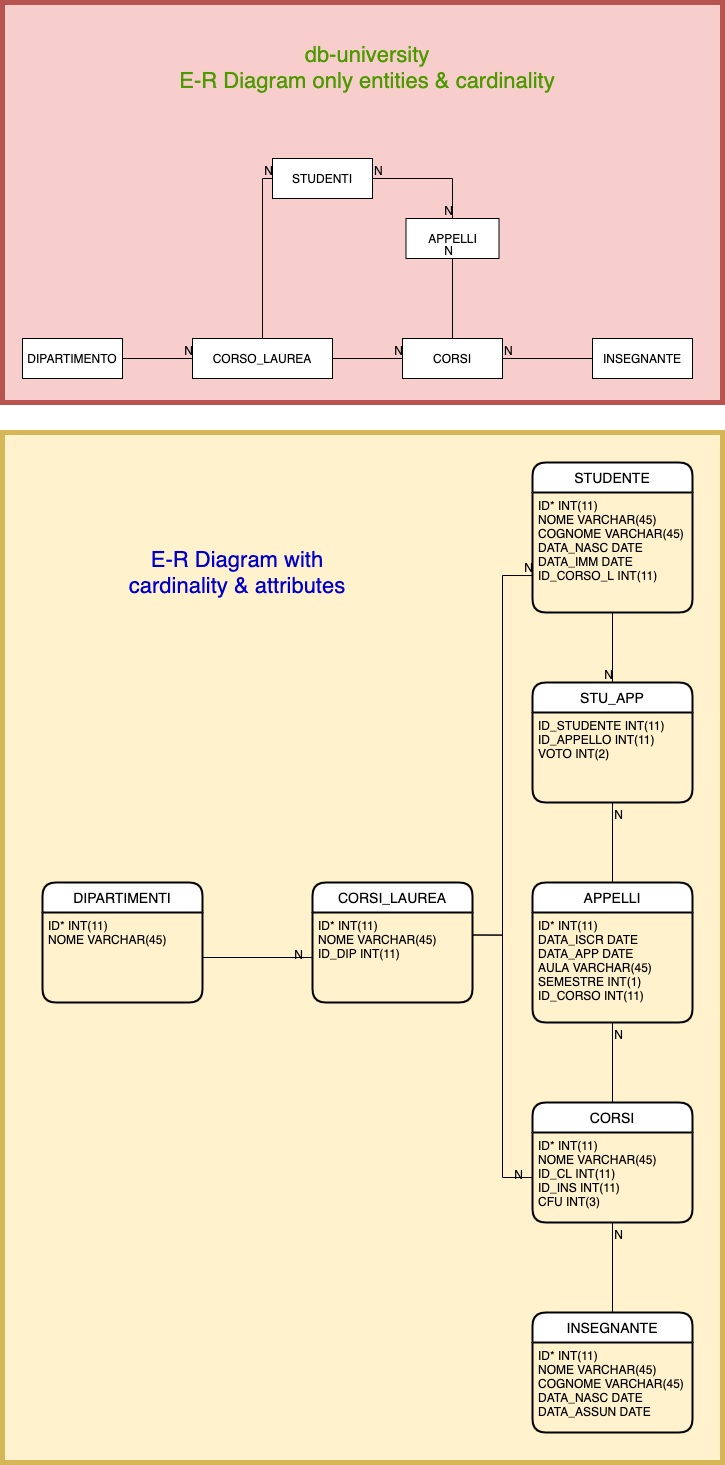
This is db-university.png from templarec/db-university, a draw.io export, as it was before one commit. Source tidied: cells renumbered, new cells last; positions are measured from the earlier drawing's top-left corner, leaving out a move shared by most shapes.
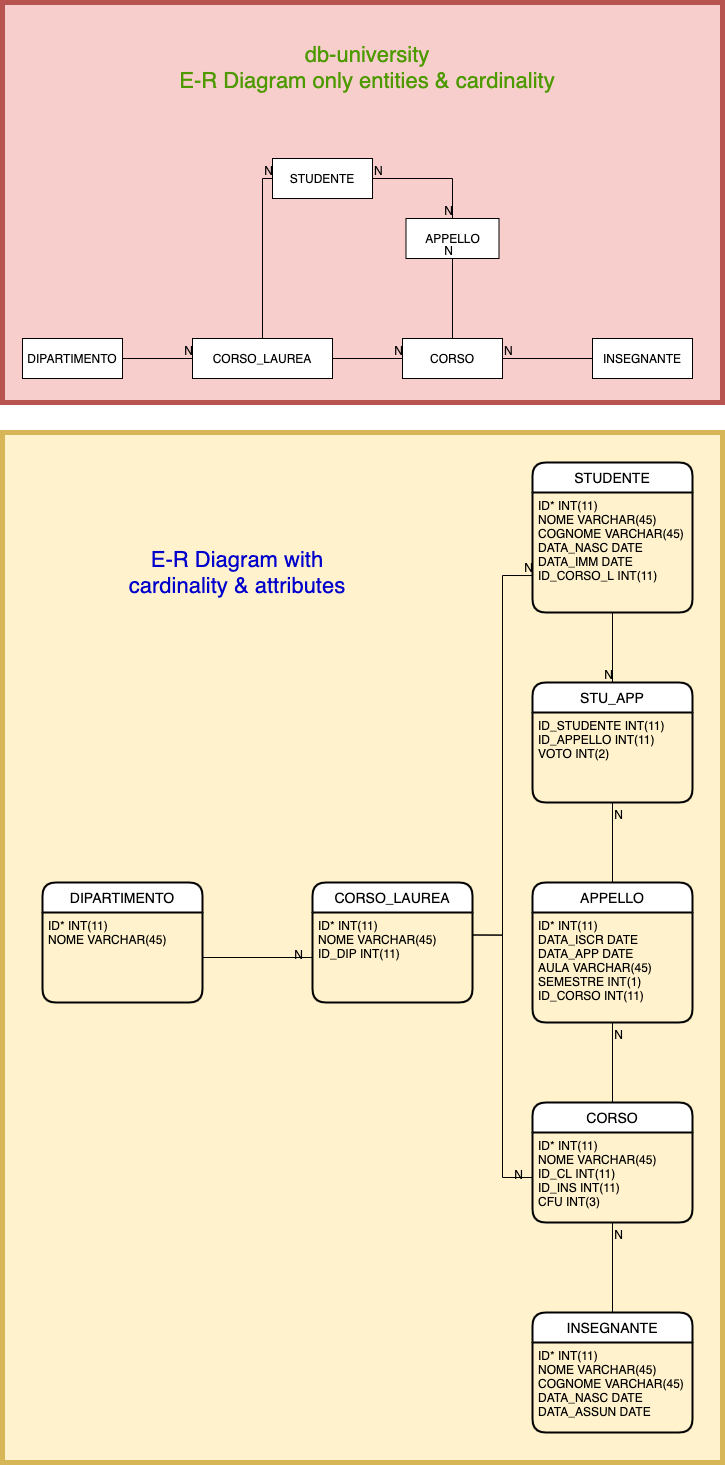
After the commit.

The edit, as a diff of the source:
```diff
@@ -8,25 +8,25 @@
     <mxCell id="3" style="rounded=0;whiteSpace=wrap;html=1;shadow=0;glass=0;comic=0;sketch=0;fillColor=#f8cecc;strokeWidth=5;strokeColor=#b85450;" parent="1" vertex="1">
       <mxGeometry width="720" height="400" as="geometry" />
     </mxCell>
-    <mxCell id="4" value="DIPARTIMENTI" style="swimlane;horizontal=1;startSize=30;rounded=1;fontSize=14;fontStyle=0;strokeWidth=2;shadow=0;dashed=0;align=center;" parent="1" vertex="1">
+    <mxCell id="4" value="DIPARTIMENTO" style="swimlane;horizontal=1;startSize=30;rounded=1;fontSize=14;fontStyle=0;strokeWidth=2;shadow=0;dashed=0;align=center;" parent="1" vertex="1">
       <mxGeometry x="40" y="880" width="160" height="120" as="geometry" />
     </mxCell>
     <mxCell id="5" value="ID* INT(11)&#10;NOME VARCHAR(45)&#10;" style="align=left;strokeColor=none;fillColor=none;spacingLeft=4;fontSize=12;verticalAlign=top;" parent="4" vertex="1">
       <mxGeometry y="30" width="160" height="90" as="geometry" />
     </mxCell>
-    <mxCell id="6" value="CORSI_LAUREA" style="swimlane;horizontal=1;startSize=30;rounded=1;fontSize=14;fontStyle=0;strokeWidth=2;shadow=0;dashed=0;align=center;" parent="1" vertex="1">
+    <mxCell id="6" value="CORSO_LAUREA" style="swimlane;horizontal=1;startSize=30;rounded=1;fontSize=14;fontStyle=0;strokeWidth=2;shadow=0;dashed=0;align=center;" parent="1" vertex="1">
       <mxGeometry x="310" y="880" width="160" height="120" as="geometry" />
     </mxCell>
     <mxCell id="7" value="ID* INT(11)&#10;NOME VARCHAR(45)&#10;ID_DIP INT(11)" style="align=left;strokeColor=none;fillColor=none;spacingLeft=4;fontSize=12;verticalAlign=top;" parent="6" vertex="1">
       <mxGeometry y="30" width="160" height="90" as="geometry" />
     </mxCell>
-    <mxCell id="8" value="CORSI" style="swimlane;horizontal=1;startSize=30;rounded=1;fontSize=14;fontStyle=0;strokeWidth=2;shadow=0;dashed=0;align=center;" parent="1" vertex="1">
+    <mxCell id="8" value="CORSO" style="swimlane;horizontal=1;startSize=30;rounded=1;fontSize=14;fontStyle=0;strokeWidth=2;shadow=0;dashed=0;align=center;" parent="1" vertex="1">
       <mxGeometry x="530" y="1100" width="160" height="120" as="geometry" />
     </mxCell>
     <mxCell id="9" value="ID* INT(11)&#10;NOME VARCHAR(45)&#10;ID_CL INT(11)&#10;ID_INS INT(11)&#10;CFU INT(3)" style="align=left;strokeColor=none;fillColor=none;spacingLeft=4;fontSize=12;verticalAlign=top;" parent="8" vertex="1">
       <mxGeometry y="30" width="160" height="90" as="geometry" />
     </mxCell>
-    <mxCell id="10" value="APPELLI" style="swimlane;horizontal=1;startSize=30;rounded=1;fontSize=14;fontStyle=0;strokeWidth=2;shadow=0;dashed=0;align=center;" parent="1" vertex="1">
+    <mxCell id="10" value="APPELLO" style="swimlane;horizontal=1;startSize=30;rounded=1;fontSize=14;fontStyle=0;strokeWidth=2;shadow=0;dashed=0;align=center;" parent="1" vertex="1">
       <mxGeometry x="530" y="880" width="160" height="140" as="geometry" />
     </mxCell>
     <mxCell id="11" value="ID* INT(11)&#10;DATA_ISCR DATE&#10;DATA_APP DATE&#10;AULA VARCHAR(45)&#10;SEMESTRE INT(1)&#10;ID_CORSO INT(11)&#10;" style="align=left;strokeColor=none;fillColor=none;spacingLeft=4;fontSize=12;verticalAlign=top;" parent="10" vertex="1">
@@ -50,13 +50,13 @@
     <mxCell id="17" value="CORSO_LAUREA" style="whiteSpace=wrap;html=1;align=center;" parent="1" vertex="1">
       <mxGeometry x="190" y="336" width="140" height="40" as="geometry" />
     </mxCell>
-    <mxCell id="18" value="CORSI" style="whiteSpace=wrap;html=1;align=center;" parent="1" vertex="1">
+    <mxCell id="18" value="CORSO" style="whiteSpace=wrap;html=1;align=center;" parent="1" vertex="1">
       <mxGeometry x="400" y="336" width="100" height="40" as="geometry" />
     </mxCell>
-    <mxCell id="19" value="APPELLI" style="whiteSpace=wrap;html=1;align=center;" parent="1" vertex="1">
+    <mxCell id="19" value="APPELLO" style="whiteSpace=wrap;html=1;align=center;" parent="1" vertex="1">
       <mxGeometry x="403.5" y="216" width="93" height="40" as="geometry" />
     </mxCell>
-    <mxCell id="20" value="STUDENTI" style="whiteSpace=wrap;html=1;align=center;" parent="1" vertex="1">
+    <mxCell id="20" value="STUDENTE" style="whiteSpace=wrap;html=1;align=center;" parent="1" vertex="1">
       <mxGeometry x="270" y="156" width="100" height="40" as="geometry" />
     </mxCell>
     <mxCell id="21" value="INSEGNANTE" style="whiteSpace=wrap;html=1;align=center;" parent="1" vertex="1">
```
